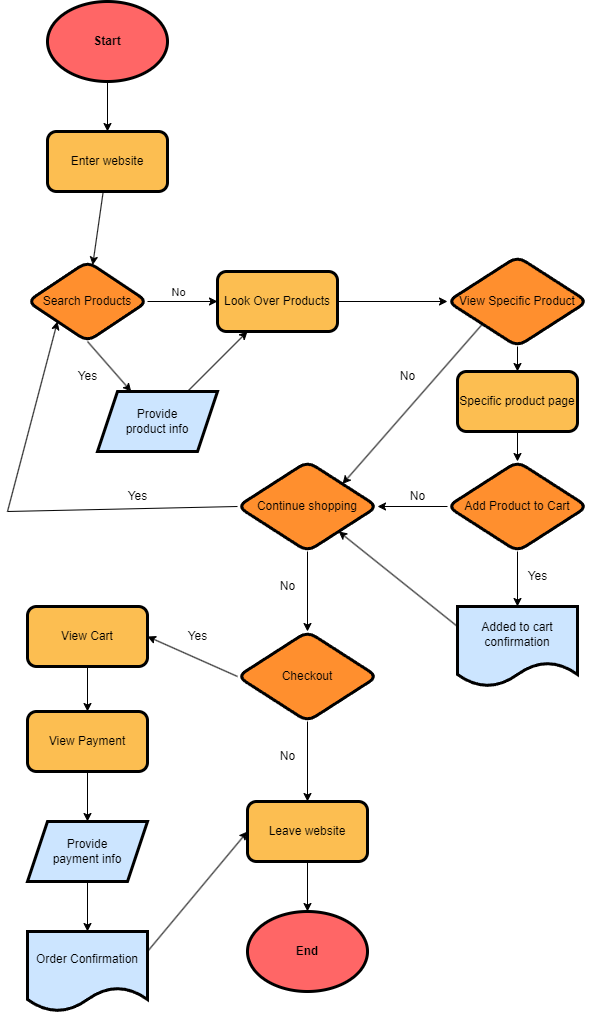
Above: explore/diagramming/diagram.drawio.png in rseidl25/sp24-cse110-lab4 (draw.io), before the change. Source tidied: cells renumbered, new cells last; positions are measured from the earlier drawing's top-left corner, leaving out a move shared by most shapes. Source of this version:
```xml
<mxGraphModel background="#ffffff">
  <root>
    <mxCell id="0" />
    <mxCell id="1" parent="0" />
    <mxCell id="2" style="edgeStyle=none;html=1;fontColor=#000000;strokeColor=#000000;" parent="1" edge="1" source="3" target="5">
      <mxGeometry relative="1" as="geometry" />
    </mxCell>
    <mxCell id="3" value="&lt;font color=&quot;#000000&quot;&gt;&lt;b&gt;Start&lt;/b&gt;&lt;/font&gt;" style="ellipse;whiteSpace=wrap;html=1;fillColor=#FF6666;fontColor=#ffffff;strokeColor=#000000;strokeWidth=3;" parent="1" vertex="1">
      <mxGeometry x="40" width="120" height="80" as="geometry" />
    </mxCell>
    <mxCell id="4" style="edgeStyle=none;html=1;fontColor=#000000;strokeColor=#000000;" parent="1" edge="1" source="5" target="9">
      <mxGeometry relative="1" as="geometry" />
    </mxCell>
    <mxCell id="5" value="&lt;font color=&quot;#000000&quot;&gt;Enter website&lt;/font&gt;" style="rounded=1;whiteSpace=wrap;html=1;fillColor=#FCBE51;strokeColor=#000000;fontColor=#ffffff;strokeWidth=3;" parent="1" vertex="1">
      <mxGeometry x="40" y="130" width="120" height="60" as="geometry" />
    </mxCell>
    <mxCell id="6" style="edgeStyle=none;html=1;exitX=1;exitY=0.5;exitDx=0;exitDy=0;entryX=0;entryY=0.5;entryDx=0;entryDy=0;strokeColor=#000000;fontColor=#000000;" parent="1" edge="1" source="9" target="11">
      <mxGeometry relative="1" as="geometry" />
    </mxCell>
    <mxCell id="7" value="No" style="edgeLabel;html=1;align=center;verticalAlign=middle;fontColor=#000000;labelBackgroundColor=none;" parent="6" vertex="1">
      <mxGeometry x="-0.4" relative="1" as="geometry">
        <mxPoint x="9" y="-10" as="offset" />
      </mxGeometry>
    </mxCell>
    <mxCell id="8" style="edgeStyle=none;html=1;exitX=0.5;exitY=1;exitDx=0;exitDy=0;strokeColor=#000000;fontColor=#000000;" parent="1" edge="1" source="9" target="13">
      <mxGeometry relative="1" as="geometry" />
    </mxCell>
    <mxCell id="9" value="&lt;font color=&quot;#000000&quot;&gt;Search Products&lt;/font&gt;" style="rhombus;whiteSpace=wrap;html=1;fillColor=#FF8F2E;strokeColor=#000000;fontColor=#ffffff;rounded=1;strokeWidth=3;" parent="1" vertex="1">
      <mxGeometry x="20" y="260" width="120" height="80" as="geometry" />
    </mxCell>
    <mxCell id="10" style="edgeStyle=none;html=1;exitX=1;exitY=0.5;exitDx=0;exitDy=0;strokeColor=#000000;fontColor=#000000;" parent="1" edge="1" source="11" target="25">
      <mxGeometry relative="1" as="geometry" />
    </mxCell>
    <mxCell id="11" value="&lt;font color=&quot;#000000&quot;&gt;Look Over Products&lt;br&gt;&lt;/font&gt;" style="rounded=1;whiteSpace=wrap;html=1;fillColor=#FCBE51;strokeColor=#000000;fontColor=#ffffff;strokeWidth=3;" parent="1" vertex="1">
      <mxGeometry x="210" y="270" width="120" height="60" as="geometry" />
    </mxCell>
    <mxCell id="12" style="edgeStyle=none;html=1;exitX=0.75;exitY=0;exitDx=0;exitDy=0;entryX=0.25;entryY=1;entryDx=0;entryDy=0;strokeColor=#000000;fontColor=#000000;" parent="1" edge="1" source="13" target="11">
      <mxGeometry relative="1" as="geometry" />
    </mxCell>
    <mxCell id="13" value="Provide &lt;br&gt;product info" style="shape=parallelogram;perimeter=parallelogramPerimeter;whiteSpace=wrap;html=1;fixedSize=1;labelBackgroundColor=none;strokeColor=#000000;strokeWidth=3;fontColor=#000000;fillColor=#CCE5FF;" parent="1" vertex="1">
      <mxGeometry x="90" y="390" width="120" height="60" as="geometry" />
    </mxCell>
    <mxCell id="14" value="Yes" style="text;html=1;align=center;verticalAlign=middle;strokeColor=none;fillColor=none;fontColor=#000000;" parent="1" vertex="1">
      <mxGeometry x="60" y="360" width="40" height="30" as="geometry" />
    </mxCell>
    <mxCell id="15" style="edgeStyle=none;html=1;exitX=0;exitY=0.5;exitDx=0;exitDy=0;entryX=1;entryY=0.5;entryDx=0;entryDy=0;strokeColor=#000000;fontColor=#000000;" parent="1" edge="1" source="17" target="20">
      <mxGeometry relative="1" as="geometry" />
    </mxCell>
    <mxCell id="16" style="edgeStyle=none;html=1;exitX=0.5;exitY=1;exitDx=0;exitDy=0;entryX=0.5;entryY=0;entryDx=0;entryDy=0;strokeColor=#000000;fontColor=#000000;" parent="1" edge="1" source="17" target="28">
      <mxGeometry relative="1" as="geometry" />
    </mxCell>
    <mxCell id="17" value="&lt;font color=&quot;#000000&quot;&gt;Add Product to Cart&lt;/font&gt;" style="rhombus;whiteSpace=wrap;html=1;fillColor=#FF8F2E;strokeColor=#000000;fontColor=#ffffff;rounded=1;strokeWidth=3;" parent="1" vertex="1">
      <mxGeometry x="440" y="460" width="140" height="90" as="geometry" />
    </mxCell>
    <mxCell id="18" style="edgeStyle=none;html=1;exitX=0;exitY=0.5;exitDx=0;exitDy=0;strokeColor=#000000;fontColor=#000000;endArrow=none;endFill=0;" parent="1" edge="1" source="20">
      <mxGeometry relative="1" as="geometry">
        <mxPoint y="510" as="targetPoint" />
      </mxGeometry>
    </mxCell>
    <mxCell id="19" style="edgeStyle=none;html=1;exitX=0.5;exitY=1;exitDx=0;exitDy=0;entryX=0.5;entryY=0;entryDx=0;entryDy=0;strokeColor=#000000;fontColor=#000000;startArrow=none;startFill=0;endArrow=classic;endFill=1;" parent="1" edge="1" source="20" target="38">
      <mxGeometry relative="1" as="geometry" />
    </mxCell>
    <mxCell id="20" value="&lt;font color=&quot;#000000&quot;&gt;Continue shopping&lt;/font&gt;" style="rhombus;whiteSpace=wrap;html=1;fillColor=#FF8F2E;strokeColor=#000000;fontColor=#ffffff;rounded=1;strokeWidth=3;" parent="1" vertex="1">
      <mxGeometry x="230" y="460" width="140" height="90" as="geometry" />
    </mxCell>
    <mxCell id="21" value="No" style="text;html=1;align=center;verticalAlign=middle;strokeColor=none;fillColor=none;fontColor=#000000;" parent="1" vertex="1">
      <mxGeometry x="390" y="480" width="40" height="30" as="geometry" />
    </mxCell>
    <mxCell id="22" value="Yes" style="text;html=1;align=center;verticalAlign=middle;strokeColor=none;fillColor=none;fontColor=#000000;" parent="1" vertex="1">
      <mxGeometry x="110" y="480" width="40" height="30" as="geometry" />
    </mxCell>
    <mxCell id="23" style="edgeStyle=none;html=1;exitX=0;exitY=1;exitDx=0;exitDy=0;entryX=1;entryY=0;entryDx=0;entryDy=0;strokeColor=#000000;fontColor=#000000;" parent="1" edge="1" source="25" target="20">
      <mxGeometry relative="1" as="geometry" />
    </mxCell>
    <mxCell id="24" style="edgeStyle=none;html=1;exitX=0.5;exitY=1;exitDx=0;exitDy=0;entryX=0.5;entryY=0;entryDx=0;entryDy=0;strokeColor=#000000;fontColor=#000000;" parent="1" edge="1" source="25" target="31">
      <mxGeometry relative="1" as="geometry" />
    </mxCell>
    <mxCell id="25" value="&lt;font color=&quot;#000000&quot;&gt;View Specific Product&lt;/font&gt;" style="rhombus;whiteSpace=wrap;html=1;fillColor=#FF8F2E;strokeColor=#000000;fontColor=#ffffff;rounded=1;strokeWidth=3;" parent="1" vertex="1">
      <mxGeometry x="440" y="255" width="140" height="90" as="geometry" />
    </mxCell>
    <mxCell id="26" value="No" style="text;html=1;align=center;verticalAlign=middle;strokeColor=none;fillColor=none;fontColor=#000000;" parent="1" vertex="1">
      <mxGeometry x="380" y="360" width="40" height="30" as="geometry" />
    </mxCell>
    <mxCell id="27" style="edgeStyle=none;html=1;exitX=0;exitY=0.25;exitDx=0;exitDy=0;strokeColor=#000000;fontColor=#000000;" parent="1" edge="1" source="28" target="20">
      <mxGeometry relative="1" as="geometry" />
    </mxCell>
    <mxCell id="28" value="Added to cart&lt;br&gt;confirmation" style="shape=document;whiteSpace=wrap;html=1;boundedLbl=1;labelBackgroundColor=none;strokeColor=#000000;strokeWidth=3;fontColor=#000000;fillColor=#CCE5FF;" parent="1" vertex="1">
      <mxGeometry x="450" y="605" width="120" height="80" as="geometry" />
    </mxCell>
    <mxCell id="29" value="Yes" style="text;html=1;align=center;verticalAlign=middle;strokeColor=none;fillColor=none;fontColor=#000000;" parent="1" vertex="1">
      <mxGeometry x="510" y="560" width="40" height="30" as="geometry" />
    </mxCell>
    <mxCell id="30" style="edgeStyle=none;html=1;exitX=0.5;exitY=1;exitDx=0;exitDy=0;entryX=0.5;entryY=0;entryDx=0;entryDy=0;strokeColor=#000000;fontColor=#000000;" parent="1" edge="1" source="31" target="17">
      <mxGeometry relative="1" as="geometry" />
    </mxCell>
    <mxCell id="31" value="&lt;font color=&quot;#000000&quot;&gt;Specific product page&lt;br&gt;&lt;/font&gt;" style="rounded=1;whiteSpace=wrap;html=1;fillColor=#FCBE51;strokeColor=#000000;fontColor=#ffffff;strokeWidth=3;" parent="1" vertex="1">
      <mxGeometry x="450" y="370" width="120" height="60" as="geometry" />
    </mxCell>
    <mxCell id="32" style="endArrow=classic;html=1;strokeColor=#000000;fontColor=#000000;entryX=0;entryY=1;entryDx=0;entryDy=0;" parent="1" edge="1" target="9">
      <mxGeometry relative="1" as="geometry">
        <mxPoint y="510" as="sourcePoint" />
      </mxGeometry>
    </mxCell>
    <mxCell id="33" value="&lt;font color=&quot;#000000&quot;&gt;&lt;b&gt;End&lt;/b&gt;&lt;/font&gt;" style="ellipse;whiteSpace=wrap;html=1;fillColor=#FF6666;fontColor=#ffffff;strokeColor=#000000;strokeWidth=3;" parent="1" vertex="1">
      <mxGeometry x="240" y="910" width="120" height="80" as="geometry" />
    </mxCell>
    <mxCell id="34" style="edgeStyle=none;html=1;exitX=0.5;exitY=1;exitDx=0;exitDy=0;entryX=0.5;entryY=0;entryDx=0;entryDy=0;strokeColor=#000000;fontColor=#000000;endArrow=classic;endFill=1;startArrow=none;startFill=0;" parent="1" edge="1" source="35" target="33">
      <mxGeometry relative="1" as="geometry" />
    </mxCell>
    <mxCell id="35" value="&lt;font color=&quot;#000000&quot;&gt;Leave website&lt;br&gt;&lt;/font&gt;" style="rounded=1;whiteSpace=wrap;html=1;fillColor=#FCBE51;strokeColor=#000000;fontColor=#ffffff;strokeWidth=3;" parent="1" vertex="1">
      <mxGeometry x="240" y="800" width="120" height="60" as="geometry" />
    </mxCell>
    <mxCell id="36" style="edgeStyle=none;html=1;exitX=0.5;exitY=1;exitDx=0;exitDy=0;entryX=0.5;entryY=0;entryDx=0;entryDy=0;strokeColor=#000000;fontColor=#000000;startArrow=none;startFill=0;endArrow=classic;endFill=1;" parent="1" edge="1" source="38" target="35">
      <mxGeometry relative="1" as="geometry" />
    </mxCell>
    <mxCell id="37" style="edgeStyle=none;html=1;exitX=0;exitY=0.5;exitDx=0;exitDy=0;entryX=1;entryY=0.5;entryDx=0;entryDy=0;strokeColor=#000000;fontColor=#000000;startArrow=none;startFill=0;endArrow=classic;endFill=1;" parent="1" edge="1" source="38" target="42">
      <mxGeometry relative="1" as="geometry" />
    </mxCell>
    <mxCell id="38" value="&lt;font color=&quot;#000000&quot;&gt;Checkout&lt;/font&gt;" style="rhombus;whiteSpace=wrap;html=1;fillColor=#FF8F2E;strokeColor=#000000;fontColor=#ffffff;rounded=1;strokeWidth=3;" parent="1" vertex="1">
      <mxGeometry x="230" y="630" width="140" height="90" as="geometry" />
    </mxCell>
    <mxCell id="39" value="No" style="text;html=1;align=center;verticalAlign=middle;strokeColor=none;fillColor=none;fontColor=#000000;" parent="1" vertex="1">
      <mxGeometry x="260" y="570" width="40" height="30" as="geometry" />
    </mxCell>
    <mxCell id="40" value="No" style="text;html=1;align=center;verticalAlign=middle;strokeColor=none;fillColor=none;fontColor=#000000;" parent="1" vertex="1">
      <mxGeometry x="260" y="740" width="40" height="30" as="geometry" />
    </mxCell>
    <mxCell id="41" style="edgeStyle=none;html=1;exitX=0.5;exitY=1;exitDx=0;exitDy=0;entryX=0.5;entryY=0;entryDx=0;entryDy=0;strokeColor=#000000;fontColor=#000000;startArrow=none;startFill=0;endArrow=classic;endFill=1;" parent="1" edge="1" source="42" target="45">
      <mxGeometry relative="1" as="geometry" />
    </mxCell>
    <mxCell id="42" value="&lt;font color=&quot;#000000&quot;&gt;View Cart&lt;br&gt;&lt;/font&gt;" style="rounded=1;whiteSpace=wrap;html=1;fillColor=#FCBE51;strokeColor=#000000;fontColor=#ffffff;strokeWidth=3;" parent="1" vertex="1">
      <mxGeometry x="20" y="605" width="120" height="60" as="geometry" />
    </mxCell>
    <mxCell id="43" value="Yes" style="text;html=1;align=center;verticalAlign=middle;strokeColor=none;fillColor=none;fontColor=#000000;" parent="1" vertex="1">
      <mxGeometry x="170" y="620" width="40" height="30" as="geometry" />
    </mxCell>
    <mxCell id="44" style="edgeStyle=none;html=1;exitX=0.5;exitY=1;exitDx=0;exitDy=0;entryX=0.5;entryY=0;entryDx=0;entryDy=0;strokeColor=#000000;fontColor=#000000;startArrow=none;startFill=0;endArrow=classic;endFill=1;" parent="1" edge="1" source="45" target="47">
      <mxGeometry relative="1" as="geometry" />
    </mxCell>
    <mxCell id="45" value="&lt;font color=&quot;#000000&quot;&gt;View Payment&lt;br&gt;&lt;/font&gt;" style="rounded=1;whiteSpace=wrap;html=1;fillColor=#FCBE51;strokeColor=#000000;fontColor=#ffffff;strokeWidth=3;" parent="1" vertex="1">
      <mxGeometry x="20" y="710" width="120" height="60" as="geometry" />
    </mxCell>
    <mxCell id="46" style="edgeStyle=none;html=1;exitX=0.5;exitY=1;exitDx=0;exitDy=0;strokeColor=#000000;fontColor=#000000;startArrow=none;startFill=0;endArrow=classic;endFill=1;" parent="1" edge="1" source="47" target="49">
      <mxGeometry relative="1" as="geometry" />
    </mxCell>
    <mxCell id="47" value="Provide &lt;br&gt;payment info" style="shape=parallelogram;perimeter=parallelogramPerimeter;whiteSpace=wrap;html=1;fixedSize=1;labelBackgroundColor=none;strokeColor=#000000;strokeWidth=3;fontColor=#000000;fillColor=#CCE5FF;" parent="1" vertex="1">
      <mxGeometry x="20" y="820" width="120" height="60" as="geometry" />
    </mxCell>
    <mxCell id="48" style="edgeStyle=none;html=1;exitX=1;exitY=0.25;exitDx=0;exitDy=0;entryX=0;entryY=0.5;entryDx=0;entryDy=0;strokeColor=#000000;fontColor=#000000;startArrow=none;startFill=0;endArrow=classic;endFill=1;" parent="1" edge="1" source="49" target="35">
      <mxGeometry relative="1" as="geometry" />
    </mxCell>
    <mxCell id="49" value="Order Confirmation" style="shape=document;whiteSpace=wrap;html=1;boundedLbl=1;labelBackgroundColor=none;strokeColor=#000000;strokeWidth=3;fontColor=#000000;fillColor=#CCE5FF;" parent="1" vertex="1">
      <mxGeometry x="20" y="930" width="120" height="80" as="geometry" />
    </mxCell>
  </root>
</mxGraphModel>
```
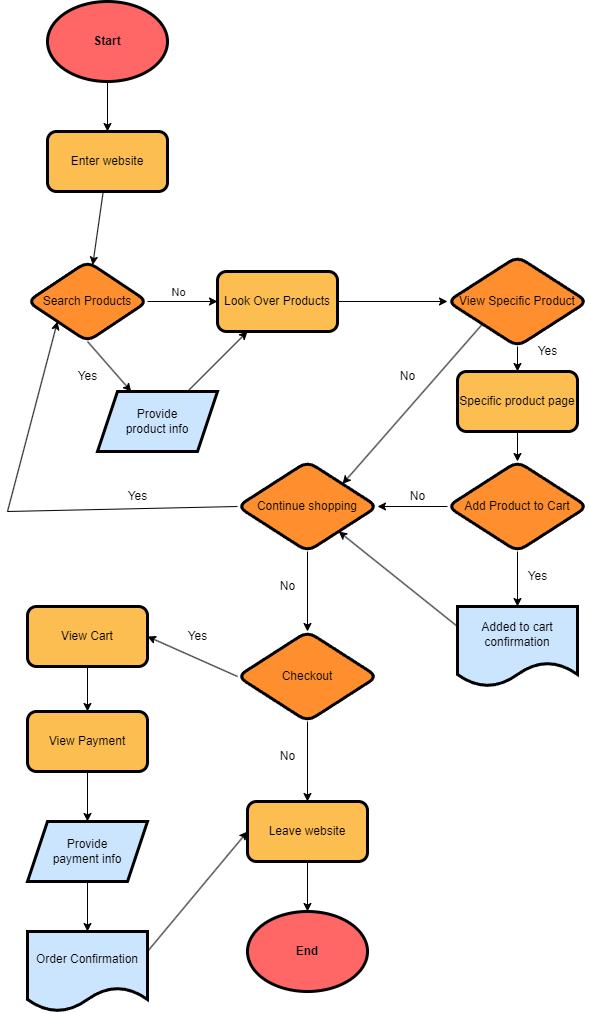
Above is the later version.

What changed in the source:
```diff
@@ -152,5 +152,8 @@
     <mxCell id="49" value="Order Confirmation" style="shape=document;whiteSpace=wrap;html=1;boundedLbl=1;labelBackgroundColor=none;strokeColor=#000000;strokeWidth=3;fontColor=#000000;fillColor=#CCE5FF;" parent="1" vertex="1">
       <mxGeometry x="20" y="930" width="120" height="80" as="geometry" />
     </mxCell>
+    <mxCell id="50" value="Yes" style="text;html=1;align=center;verticalAlign=middle;strokeColor=none;fillColor=none;fontColor=#000000;" parent="1" vertex="1">
+      <mxGeometry x="520" y="335" width="40" height="30" as="geometry" />
+    </mxCell>
   </root>
 </mxGraphModel>
```
